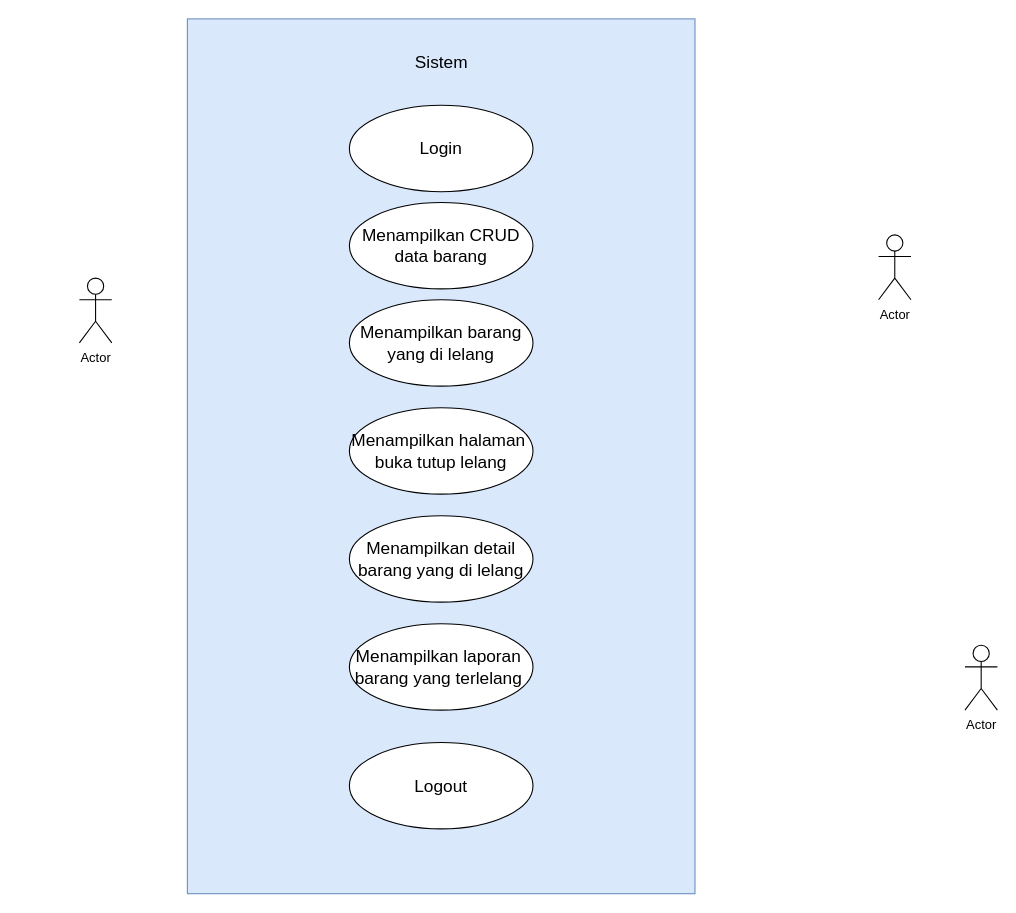
Earlier version of the draw.io diagram page "use case" (1 of 3) of diagram/Untitled Diagram.drawio (1cyr44/UKK-LELANG). Source tidied: cells renumbered, new cells numbered last; positions are measured from the earlier drawing's top-left corner, leaving out a move shared by most shapes. Both pictures are drawn from the tidied source at 108%, with x=0, y=0 at pixel (79, 18).
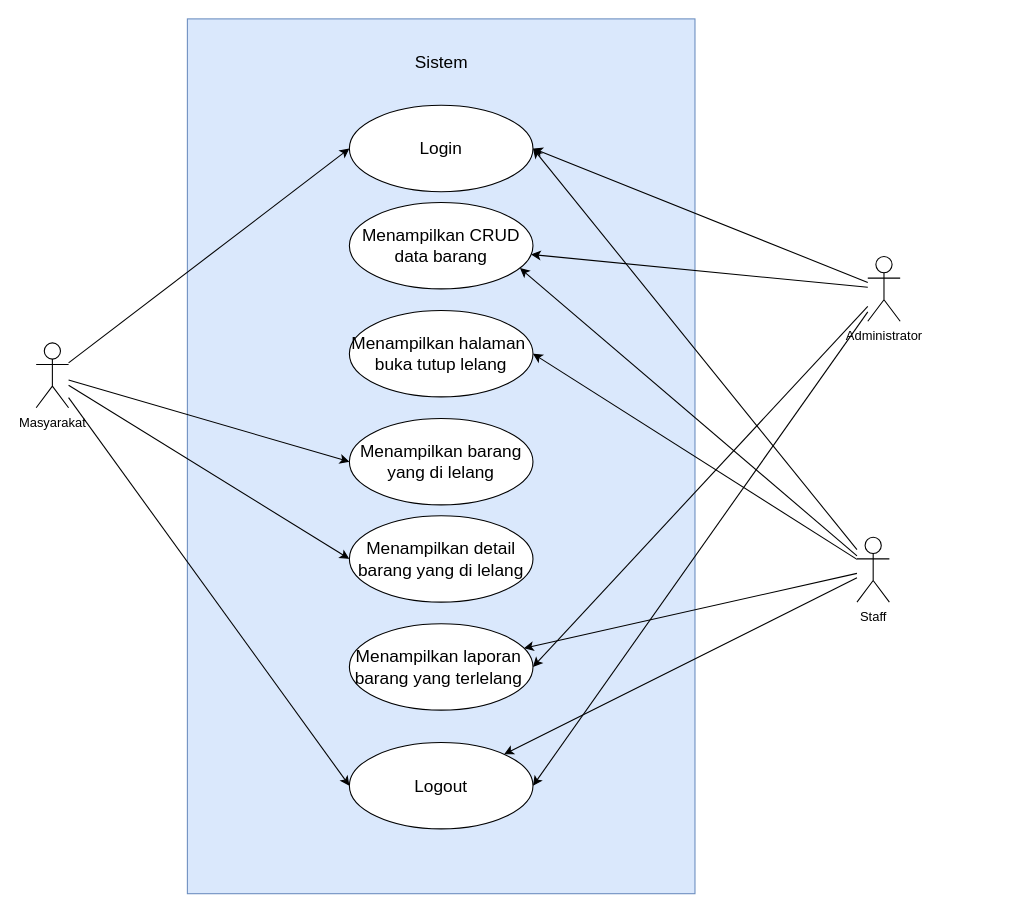
Above is the later version.

The change refers to these unchanged cells:
```xml
<mxCell id="7" value="Login" style="ellipse;whiteSpace=wrap;html=1;fontSize=16;" parent="1" vertex="1">
  <mxGeometry x="250" y="80" width="170" height="80" as="geometry" />
</mxCell>
<mxCell id="9" value="Menampilkan detail barang yang di lelang" style="ellipse;whiteSpace=wrap;html=1;fontSize=16;" parent="1" vertex="1">
  <mxGeometry x="250" y="460" width="170" height="80" as="geometry" />
</mxCell>
<mxCell id="10" value="Menampilkan CRUD data barang" style="ellipse;whiteSpace=wrap;html=1;fontSize=16;" parent="1" vertex="1">
  <mxGeometry x="250" y="170" width="170" height="80" as="geometry" />
</mxCell>
<mxCell id="12" value="Menampilkan laporan&amp;nbsp;&lt;br&gt;barang yang terlelang&amp;nbsp;" style="ellipse;whiteSpace=wrap;html=1;fontSize=16;" parent="1" vertex="1">
  <mxGeometry x="250" y="560" width="170" height="80" as="geometry" />
</mxCell>
<mxCell id="13" value="Logout" style="ellipse;whiteSpace=wrap;html=1;fontSize=16;" parent="1" vertex="1">
  <mxGeometry x="250" y="670" width="170" height="80" as="geometry" />
</mxCell>
```

The edit, as a diff of the source:
```diff
@@
+    <mxCell id="5" style="rounded=0;whiteSpace=wrap;html=1;fillColor=#dae8fc;strokeColor=#6c8ebf;" parent="1" vertex="1">
+      <mxGeometry x="100" width="470" height="810" as="geometry" />
+    </mxCell>
-    <mxCell id="2" value="Actor" style="shape=umlActor;verticalLabelPosition=bottom;verticalAlign=top;html=1;outlineConnect=0;" parent="1" vertex="1">
-      <mxGeometry x="740" y="200" width="30" height="60" as="geometry" />
+    <mxCell id="2" value="Administrator" style="shape=umlActor;verticalLabelPosition=bottom;verticalAlign=top;html=1;outlineConnect=0;" parent="1" vertex="1">
+      <mxGeometry x="730" y="220" width="30" height="60" as="geometry" />
     </mxCell>
+    <mxCell id="14" style="edgeStyle=none;rounded=0;jettySize=auto;html=1;entryX=0;entryY=0.5;entryDx=0;entryDy=0;fontSize=16;" parent="1" edge="1" source="3" target="7">
+      <mxGeometry relative="1" as="geometry" />
+    </mxCell>
+    <mxCell id="15" style="edgeStyle=none;rounded=0;jettySize=auto;html=1;entryX=0;entryY=0.5;entryDx=0;entryDy=0;fontSize=16;" parent="1" edge="1" source="3" target="11">
+      <mxGeometry relative="1" as="geometry" />
+    </mxCell>
+    <mxCell id="16" style="edgeStyle=none;rounded=0;jettySize=auto;html=1;entryX=0;entryY=0.5;entryDx=0;entryDy=0;fontSize=16;" parent="1" edge="1" source="3" target="9">
+      <mxGeometry relative="1" as="geometry" />
+    </mxCell>
+    <mxCell id="17" style="edgeStyle=none;rounded=0;jettySize=auto;html=1;entryX=0;entryY=0.5;entryDx=0;entryDy=0;fontSize=16;" parent="1" edge="1" source="3" target="13">
+      <mxGeometry relative="1" as="geometry" />
+    </mxCell>
-    <mxCell id="3" value="Actor" style="shape=umlActor;verticalLabelPosition=bottom;verticalAlign=top;html=1;outlineConnect=0;" parent="1" vertex="1">
-      <mxGeometry y="240" width="30" height="60" as="geometry" />
+    <mxCell id="3" value="Masyarakat" style="shape=umlActor;verticalLabelPosition=bottom;verticalAlign=top;html=1;outlineConnect=0;" parent="1" vertex="1">
+      <mxGeometry x="-40" y="300" width="30" height="60" as="geometry" />
     </mxCell>
+    <mxCell id="18" style="edgeStyle=none;rounded=0;jettySize=auto;html=1;entryX=1;entryY=0.5;entryDx=0;entryDy=0;fontSize=16;" parent="1" edge="1" source="4" target="7">
+      <mxGeometry relative="1" as="geometry" />
+    </mxCell>
+    <mxCell id="19" style="edgeStyle=none;rounded=0;jettySize=auto;html=1;entryX=0.929;entryY=0.759;entryDx=0;entryDy=0;entryPerimeter=0;fontSize=16;" parent="1" edge="1" source="4" target="10">
+      <mxGeometry relative="1" as="geometry" />
+    </mxCell>
+    <mxCell id="20" style="edgeStyle=none;rounded=0;jettySize=auto;html=1;entryX=1;entryY=0.5;entryDx=0;entryDy=0;fontSize=16;" parent="1" edge="1" source="4" target="8">
+      <mxGeometry relative="1" as="geometry" />
+    </mxCell>
+    <mxCell id="21" style="edgeStyle=none;rounded=0;jettySize=auto;html=1;fontSize=16;" parent="1" edge="1" source="4" target="12">
+      <mxGeometry relative="1" as="geometry" />
+    </mxCell>
+    <mxCell id="22" style="edgeStyle=none;rounded=0;jettySize=auto;html=1;fontSize=16;" parent="1" edge="1" source="4" target="13">
+      <mxGeometry relative="1" as="geometry" />
+    </mxCell>
-    <mxCell id="4" value="Actor" style="shape=umlActor;verticalLabelPosition=bottom;verticalAlign=top;html=1;outlineConnect=0;" parent="1" vertex="1">
-      <mxGeometry x="820" y="580" width="30" height="60" as="geometry" />
+    <mxCell id="4" value="Staff" style="shape=umlActor;verticalLabelPosition=bottom;verticalAlign=top;html=1;outlineConnect=0;" parent="1" vertex="1">
+      <mxGeometry x="720" y="480" width="30" height="60" as="geometry" />
     </mxCell>
-    <mxCell id="5" style="rounded=0;whiteSpace=wrap;html=1;fillColor=#dae8fc;strokeColor=#6c8ebf;" parent="1" vertex="1">
-      <mxGeometry x="100" width="470" height="810" as="geometry" />
-    </mxCell>
@@
     <mxCell id="8" value="Menampilkan halaman&amp;nbsp;&lt;br&gt;buka tutup lelang" style="ellipse;whiteSpace=wrap;html=1;fontSize=16;" parent="1" vertex="1">
-      <mxGeometry x="250" y="360" width="170" height="80" as="geometry" />
+      <mxGeometry x="250" y="270" width="170" height="80" as="geometry" />
     </mxCell>
@@
     <mxCell id="11" value="Menampilkan barang yang di lelang" style="ellipse;whiteSpace=wrap;html=1;fontSize=16;" parent="1" vertex="1">
-      <mxGeometry x="250" y="260" width="170" height="80" as="geometry" />
+      <mxGeometry x="250" y="370" width="170" height="80" as="geometry" />
     </mxCell>
@@
+    <mxCell id="23" style="rounded=0;jettySize=auto;html=1;entryX=1;entryY=0.5;entryDx=0;entryDy=0;fontSize=16;" parent="1" edge="1" source="2" target="7">
+      <mxGeometry relative="1" as="geometry" />
+    </mxCell>
+    <mxCell id="24" style="edgeStyle=none;rounded=0;jettySize=auto;html=1;entryX=1;entryY=0.5;entryDx=0;entryDy=0;fontSize=16;" parent="1" edge="1" source="2" target="13">
+      <mxGeometry relative="1" as="geometry" />
+    </mxCell>
+    <mxCell id="25" style="edgeStyle=none;rounded=0;jettySize=auto;html=1;fontSize=16;" parent="1" edge="1" source="2" target="10">
+      <mxGeometry relative="1" as="geometry" />
+    </mxCell>
+    <mxCell id="26" style="edgeStyle=none;rounded=0;jettySize=auto;html=1;entryX=1;entryY=0.5;entryDx=0;entryDy=0;fontSize=16;" parent="1" edge="1" source="2" target="12">
+      <mxGeometry relative="1" as="geometry" />
+    </mxCell>
+    <mxCell id="27" style="edgeStyle=none;rounded=0;orthogonalLoop=1;jettySize=auto;html=1;entryX=1;entryY=1;entryDx=0;entryDy=0;entryPerimeter=0;fontSize=16;" parent="1" edge="1" source="4" target="4">
+      <mxGeometry relative="1" as="geometry" />
+    </mxCell>
```
